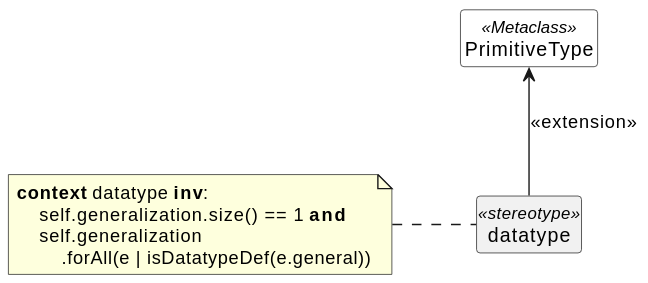
Above: docs/uml-profile-datatype.svg in sdm-lang/tree-sitter-sdml (PlantUML), before the change.
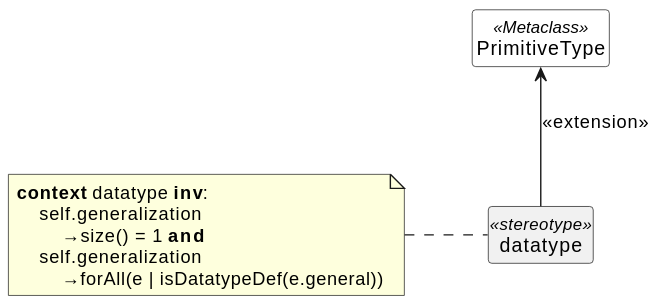
Above is the later version.

The edit, as a diff of the source:
```diff
@@ -13,8 +13,9 @@
 
 note left of datatype
 **context** datatype **inv**:
-    self.generalization.size() == 1 **and**
     self.generalization
-        .forAll(e | isDatatypeDef(e.general))
+        →size() = 1 **and**
+    self.generalization
+        →forAll(e | isDatatypeDef(e.general))
 end note
 @enduml
```
